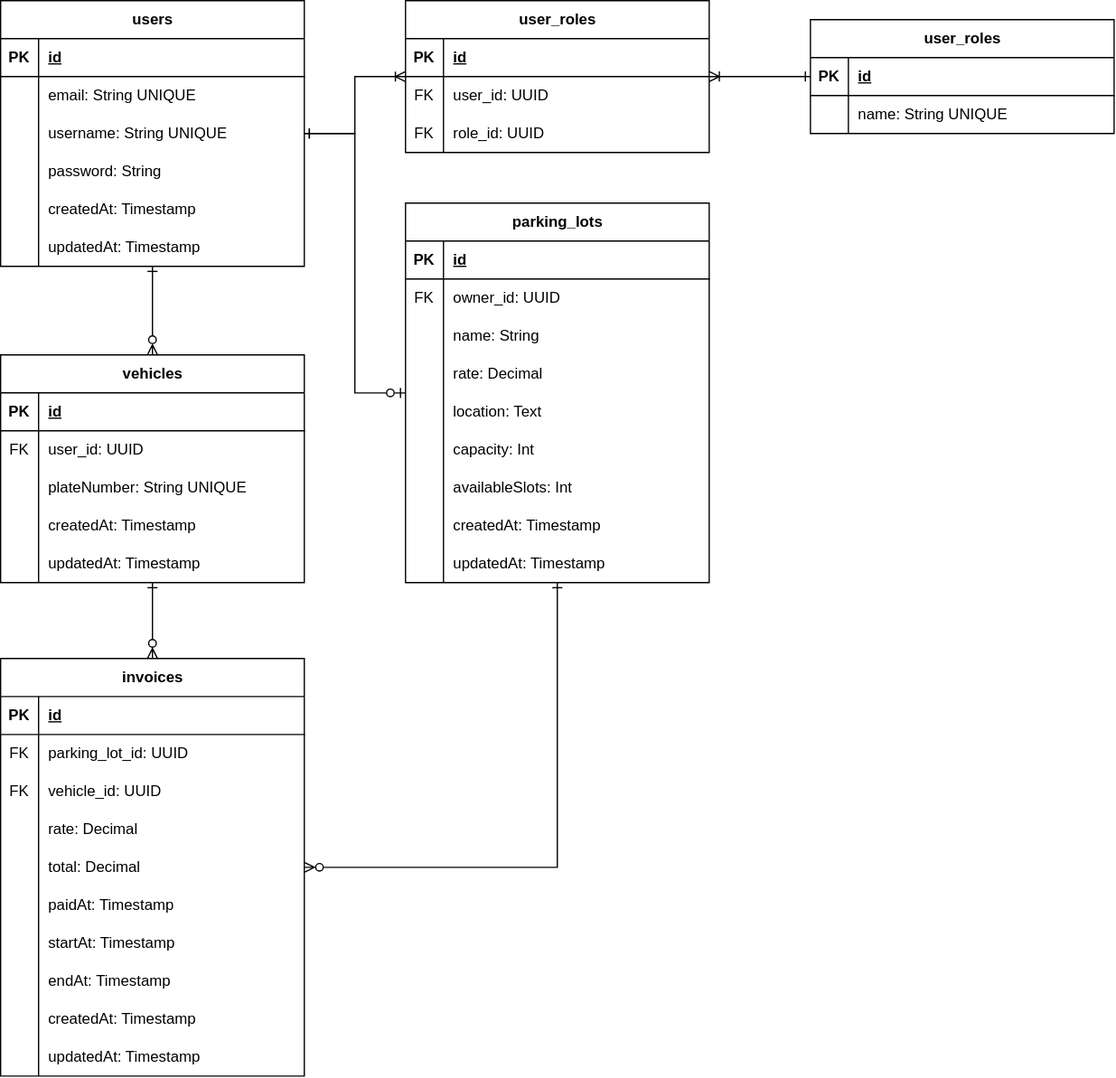
The draw.io diagram docs/erd.svg in chatchatabc/parking-backend-spring, before a commit. Source tidied: cells renumbered, new cells last; positions are measured from the earlier drawing's top-left corner, leaving out a move shared by most shapes.
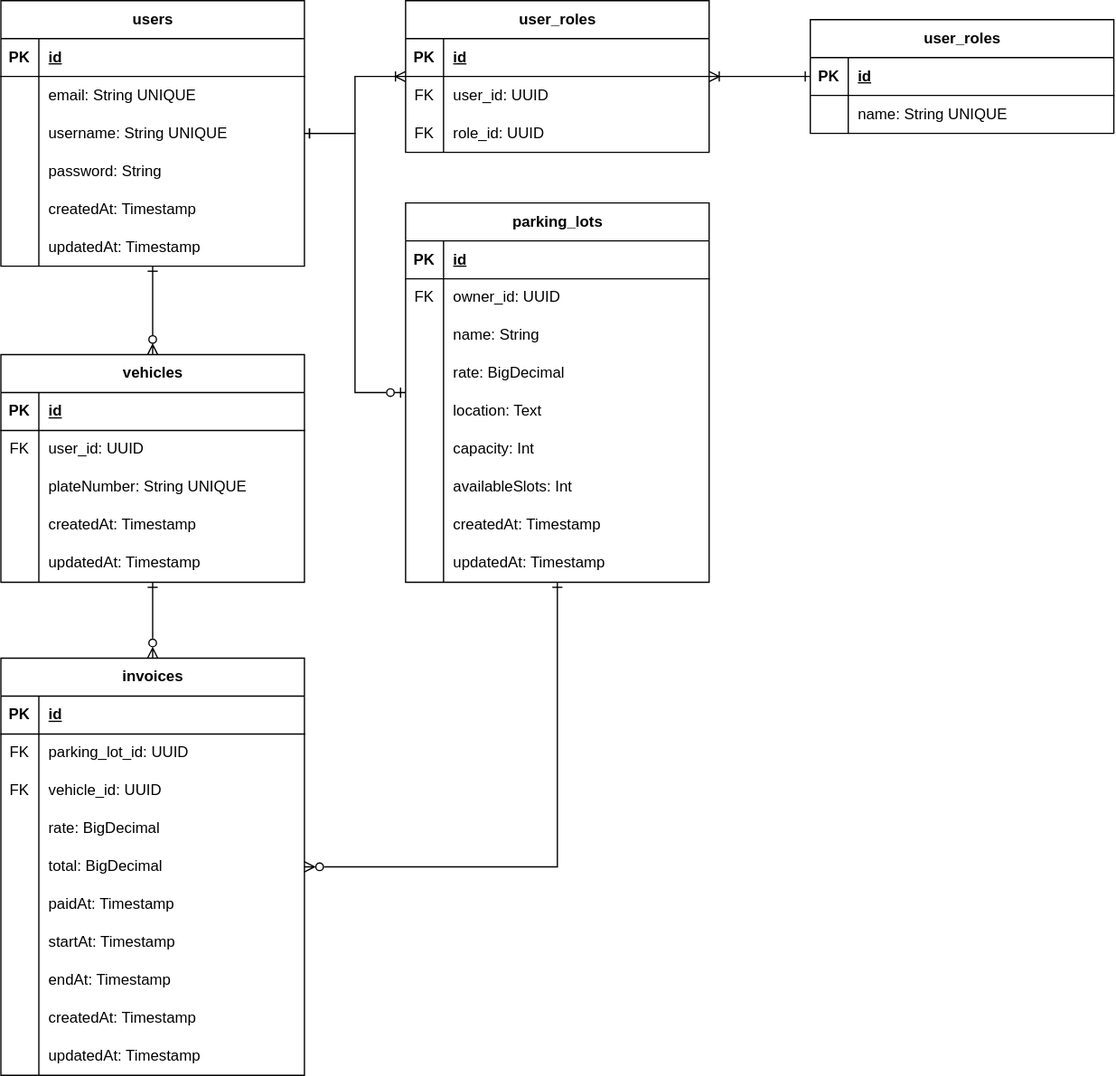
The same diagram one commit later.

Commit message:
docs: modified data type for money related fields

The edit, as a diff of the source:
```diff
@@ -158,7 +158,7 @@
     <mxCell id="53" style="shape=partialRectangle;fillColor=none;top=0;left=0;bottom=0;right=0;overflow=hidden;whiteSpace=wrap;html=1;" parent="52" vertex="1">
       <mxGeometry width="30" height="30" as="geometry" />
     </mxCell>
-    <mxCell id="54" value="rate: Decimal" style="shape=partialRectangle;fillColor=none;top=0;left=0;bottom=0;right=0;align=left;spacingLeft=6;overflow=hidden;whiteSpace=wrap;html=1;" parent="52" vertex="1">
+    <mxCell id="54" value="rate: BigDecimal" style="shape=partialRectangle;fillColor=none;top=0;left=0;bottom=0;right=0;align=left;spacingLeft=6;overflow=hidden;whiteSpace=wrap;html=1;" parent="52" vertex="1">
       <mxGeometry x="30" width="210" height="30" as="geometry" />
     </mxCell>
     <mxCell id="55" style="shape=tableRow;horizontal=0;startSize=0;swimlaneHead=0;swimlaneBody=0;fillColor=none;top=0;left=0;right=0;bottom=0;" parent="42" vertex="1">
@@ -242,7 +242,7 @@
     <mxCell id="81" style="shape=partialRectangle;fillColor=none;top=0;left=0;bottom=0;right=0;overflow=hidden;whiteSpace=wrap;html=1;" parent="80" vertex="1">
       <mxGeometry width="30" height="30" as="geometry" />
     </mxCell>
-    <mxCell id="82" value="rate: Decimal" style="shape=partialRectangle;fillColor=none;top=0;left=0;bottom=0;right=0;align=left;spacingLeft=6;overflow=hidden;whiteSpace=wrap;html=1;" parent="80" vertex="1">
+    <mxCell id="82" value="rate: BigDecimal" style="shape=partialRectangle;fillColor=none;top=0;left=0;bottom=0;right=0;align=left;spacingLeft=6;overflow=hidden;whiteSpace=wrap;html=1;" parent="80" vertex="1">
       <mxGeometry x="30" width="210" height="30" as="geometry" />
     </mxCell>
     <mxCell id="83" style="shape=tableRow;horizontal=0;startSize=0;swimlaneHead=0;swimlaneBody=0;fillColor=none;top=0;left=0;right=0;bottom=0;" parent="70" vertex="1">
@@ -251,7 +251,7 @@
     <mxCell id="84" style="shape=partialRectangle;fillColor=none;top=0;left=0;bottom=0;right=0;overflow=hidden;whiteSpace=wrap;html=1;" parent="83" vertex="1">
       <mxGeometry width="30" height="30" as="geometry" />
     </mxCell>
-    <mxCell id="85" value="total: Decimal" style="shape=partialRectangle;fillColor=none;top=0;left=0;bottom=0;right=0;align=left;spacingLeft=6;overflow=hidden;whiteSpace=wrap;html=1;" parent="83" vertex="1">
+    <mxCell id="85" value="total: BigDecimal" style="shape=partialRectangle;fillColor=none;top=0;left=0;bottom=0;right=0;align=left;spacingLeft=6;overflow=hidden;whiteSpace=wrap;html=1;" parent="83" vertex="1">
       <mxGeometry x="30" width="210" height="30" as="geometry" />
     </mxCell>
     <mxCell id="86" style="shape=tableRow;horizontal=0;startSize=0;swimlaneHead=0;swimlaneBody=0;fillColor=none;top=0;left=0;right=0;bottom=0;" parent="70" vertex="1">
```
